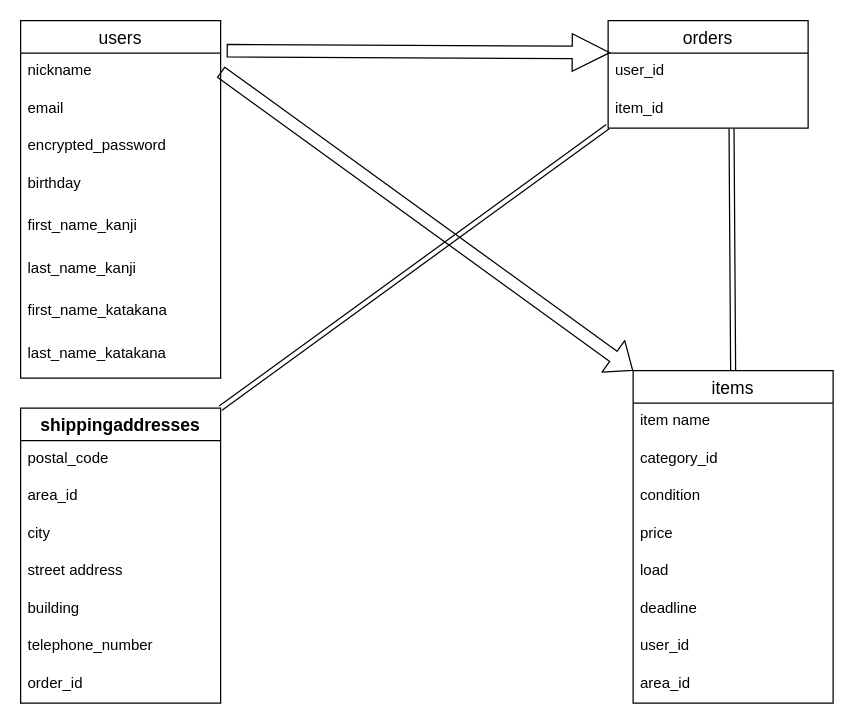
Before: .dio in Banyan083214/furima-40391, a draw.io diagram. Source tidied: cells renumbered, new cells numbered last; positions are measured from the earlier drawing's top-left corner, leaving out a move shared by most shapes. Both pictures are drawn from the tidied source at 125%, with x=0, y=0 at pixel (20, 20).
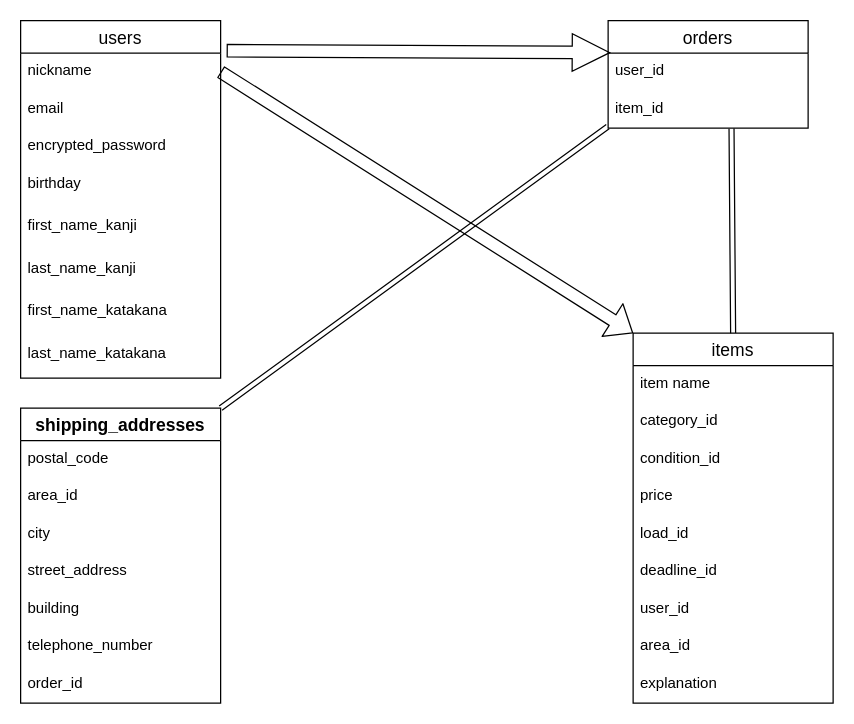
Above is the later version.

Commit message (it also covers changes not shown here):
4回目の修正

Change to the diagram source:
```diff
@@
     <mxCell id="11" value="items" style="swimlane;fontStyle=0;horizontal=1;startSize=26;align=center;fontSize=14;" parent="1" vertex="1">
-      <mxGeometry x="490" y="280" width="160" height="266" as="geometry" />
+      <mxGeometry x="490" y="250" width="160" height="296" as="geometry" />
     </mxCell>
@@
-    <mxCell id="14" value="condition" style="text;strokeColor=none;fillColor=none;spacingLeft=4;spacingRight=4;overflow=hidden;fontSize=12;" parent="11" vertex="1">
+    <mxCell id="14" value="condition_id" style="text;strokeColor=none;fillColor=none;spacingLeft=4;spacingRight=4;overflow=hidden;fontSize=12;" parent="11" vertex="1">
       <mxGeometry y="86" width="160" height="30" as="geometry" />
     </mxCell>
@@
-    <mxCell id="16" value="load" style="text;strokeColor=none;fillColor=none;spacingLeft=4;spacingRight=4;overflow=hidden;fontSize=12;" parent="11" vertex="1">
+    <mxCell id="16" value="load_id" style="text;strokeColor=none;fillColor=none;spacingLeft=4;spacingRight=4;overflow=hidden;fontSize=12;" parent="11" vertex="1">
       <mxGeometry y="146" width="160" height="30" as="geometry" />
     </mxCell>
-    <mxCell id="17" value="deadline" style="text;strokeColor=none;fillColor=none;spacingLeft=4;spacingRight=4;overflow=hidden;fontSize=12;" parent="11" vertex="1">
+    <mxCell id="17" value="deadline_id" style="text;strokeColor=none;fillColor=none;spacingLeft=4;spacingRight=4;overflow=hidden;fontSize=12;" parent="11" vertex="1">
       <mxGeometry y="176" width="160" height="30" as="geometry" />
     </mxCell>
@@
+    <mxCell id="35" value="explanation" style="text;strokeColor=none;fillColor=none;spacingLeft=4;spacingRight=4;overflow=hidden;fontSize=12;" parent="11" vertex="1">
+      <mxGeometry y="266" width="160" height="30" as="geometry" />
+    </mxCell>
@@
-    <mxCell id="21" value="shippingaddresses" style="swimlane;fontStyle=1;horizontal=1;startSize=26;align=center;fontSize=14;" parent="1" vertex="1">
+    <mxCell id="21" value="shipping_addresses" style="swimlane;fontStyle=1;horizontal=1;startSize=26;align=center;fontSize=14;" parent="1" vertex="1">
       <mxGeometry y="310" width="160" height="236" as="geometry" />
     </mxCell>
@@
-    <mxCell id="25" value="street address" style="text;strokeColor=none;fillColor=none;spacingLeft=4;spacingRight=4;overflow=hidden;fontSize=12;" parent="21" vertex="1">
+    <mxCell id="25" value="street_address" style="text;strokeColor=none;fillColor=none;spacingLeft=4;spacingRight=4;overflow=hidden;fontSize=12;" parent="21" vertex="1">
       <mxGeometry y="116" width="160" height="30" as="geometry" />
     </mxCell>
```
